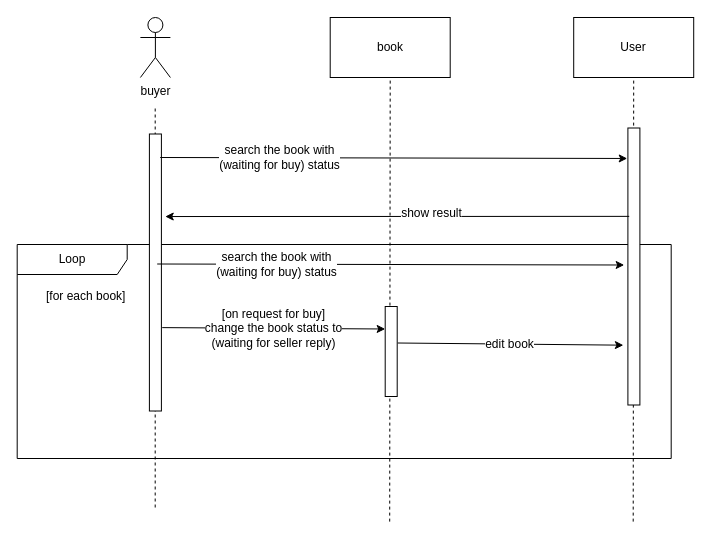
This is Sequence Diagram/sequence-diagram-book-management.drawio from m-bassiri/HamyarApp, a draw.io file, before an edit. Source tidied: cells renumbered, new cells numbered last; positions are measured from the earlier drawing's top-left corner, leaving out a move shared by most shapes. Both pictures are drawn from the tidied source at 100%, with x=0, y=0 at pixel (16, 17).
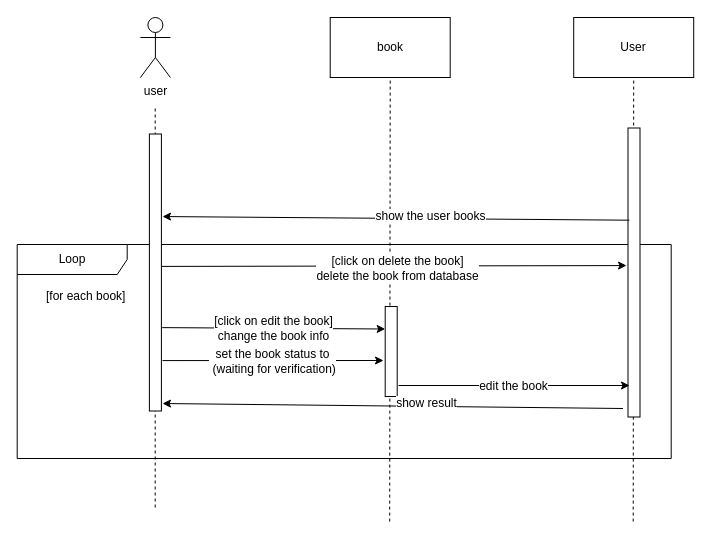
After the change.

The change refers to these unchanged cells:
```xml
<mxCell id="7" style="rounded=0;whiteSpace=wrap;html=1;rotation=-90;" parent="1" vertex="1">
  <mxGeometry x="0.4" y="249" width="277" height="12" as="geometry" />
</mxCell>
<mxCell id="19" style="endArrow=classic;html=1;entryX=0.75;entryY=0;entryDx=0;entryDy=0;exitX=0.301;exitY=1.069;exitDx=0;exitDy=0;exitPerimeter=0;" parent="1" edge="1" source="7" target="8">
  <mxGeometry relative="1" as="geometry" />
</mxCell>
```

Diff of the diagram source:
```diff
@@
-    <mxCell id="3" value="buyer" style="shape=umlActor;verticalLabelPosition=bottom;labelBackgroundColor=#ffffff;verticalAlign=top;html=1;" parent="1" vertex="1">
+    <mxCell id="3" value="user" style="shape=umlActor;verticalLabelPosition=bottom;labelBackgroundColor=#ffffff;verticalAlign=top;html=1;" parent="1" vertex="1">
       <mxGeometry x="123.9" width="30" height="60" as="geometry" />
     </mxCell>
@@
     <mxCell id="11" style="rounded=0;whiteSpace=wrap;html=1;rotation=-90;" parent="1" vertex="1">
-      <mxGeometry x="478.9" y="243" width="277" height="12" as="geometry" />
+      <mxGeometry x="473" y="249" width="289" height="12" as="geometry" />
     </mxCell>
-    <mxCell id="12" style="endArrow=classic;html=1;exitX=0.909;exitY=1.081;exitDx=0;exitDy=0;exitPerimeter=0;entryX=0.89;entryY=-0.056;entryDx=0;entryDy=0;entryPerimeter=0;" parent="1" edge="1" target="11">
-      <mxGeometry relative="1" as="geometry">
-        <mxPoint x="143.7" y="140" as="sourcePoint" />
-      </mxGeometry>
-    </mxCell>
-    <mxCell id="13" value="search the book with &lt;br&gt;(waiting for buy)&amp;nbsp;status" style="text;html=1;align=center;verticalAlign=middle;labelBackgroundColor=#ffffff;" parent="12" vertex="1">
-      <mxGeometry x="-0.12" y="5" relative="1" as="geometry">
-        <mxPoint x="-86" y="4.5" as="offset" />
-      </mxGeometry>
-    </mxCell>
-    <mxCell id="14" style="endArrow=classic;html=1;entryX=0.702;entryY=1.319;entryDx=0;entryDy=0;entryPerimeter=0;exitX=0.681;exitY=0.111;exitDx=0;exitDy=0;exitPerimeter=0;" parent="1" edge="1" source="11" target="7">
+    <mxCell id="14" style="endArrow=classic;html=1;entryX=0.702;entryY=1.093;entryDx=0;entryDy=0;entryPerimeter=0;exitX=0.681;exitY=0.111;exitDx=0;exitDy=0;exitPerimeter=0;" parent="1" edge="1" source="11" target="7">
       <mxGeometry relative="1" as="geometry" />
     </mxCell>
-    <mxCell id="15" value="show result" style="text;html=1;align=center;verticalAlign=middle;labelBackgroundColor=#ffffff;" parent="14" vertex="1">
+    <mxCell id="15" value="show the user books" style="text;html=1;align=center;verticalAlign=middle;labelBackgroundColor=#ffffff;" parent="14" vertex="1">
       <mxGeometry x="-0.12" y="5" relative="1" as="geometry">
         <mxPoint x="6" y="-8" as="offset" />
       </mxGeometry>
     </mxCell>
-    <mxCell id="16" style="endArrow=classic;html=1;exitX=0.909;exitY=1.081;exitDx=0;exitDy=0;exitPerimeter=0;entryX=0.89;entryY=-0.056;entryDx=0;entryDy=0;entryPerimeter=0;" parent="1" edge="1">
-      <mxGeometry relative="1" as="geometry">
-        <mxPoint x="140.7" y="246.5" as="sourcePoint" />
-        <mxPoint x="607.7" y="247.5" as="targetPoint" />
-      </mxGeometry>
+    <mxCell id="16" style="endArrow=classic;html=1;entryX=0.524;entryY=-0.125;entryDx=0;entryDy=0;entryPerimeter=0;exitX=0.522;exitY=1.01;exitDx=0;exitDy=0;exitPerimeter=0;" parent="1" edge="1" source="7" target="11">
+      <mxGeometry relative="1" as="geometry" />
     </mxCell>
-    <mxCell id="17" value="search the book with &lt;br&gt;(waiting for buy)&amp;nbsp;status" style="text;html=1;align=center;verticalAlign=middle;labelBackgroundColor=#ffffff;" parent="16" vertex="1">
+    <mxCell id="17" value="[click on delete the book]&lt;br&gt;delete the book from database&lt;br&gt;" style="text;html=1;align=center;verticalAlign=middle;labelBackgroundColor=#ffffff;" parent="16" vertex="1">
       <mxGeometry x="-0.12" y="5" relative="1" as="geometry">
-        <mxPoint x="-86" y="4.5" as="offset" />
+        <mxPoint x="30.5" y="7" as="offset" />
       </mxGeometry>
     </mxCell>
@@
-    <mxCell id="20" value="[on request for buy]&lt;br&gt;change the book status to&lt;br&gt;(waiting for seller reply)&lt;br&gt;" style="text;html=1;align=center;verticalAlign=middle;labelBackgroundColor=#ffffff;" parent="19" vertex="1">
+    <mxCell id="20" value="[click on edit the book]&lt;br&gt;change the book info&lt;br&gt;" style="text;html=1;align=center;verticalAlign=middle;labelBackgroundColor=#ffffff;" parent="19" vertex="1">
       <mxGeometry x="-0.12" y="5" relative="1" as="geometry">
         <mxPoint x="12.5" y="5" as="offset" />
       </mxGeometry>
     </mxCell>
-    <mxCell id="21" style="endArrow=classic;html=1;entryX=0.216;entryY=-0.377;entryDx=0;entryDy=0;entryPerimeter=0;" parent="1" edge="1" target="11">
+    <mxCell id="21" style="endArrow=classic;html=1;exitX=0.182;exitY=1.093;exitDx=0;exitDy=0;exitPerimeter=0;" parent="1" edge="1" source="7">
       <mxGeometry relative="1" as="geometry">
-        <mxPoint x="381.2" y="325.5" as="sourcePoint" />
+        <mxPoint x="367" y="343" as="targetPoint" />
       </mxGeometry>
     </mxCell>
-    <mxCell id="22" value="edit book&lt;br&gt;" style="text;html=1;align=center;verticalAlign=middle;labelBackgroundColor=#ffffff;" parent="21" vertex="1">
+    <mxCell id="22" value="set the book status to&lt;br&gt;&amp;nbsp;(waiting for verification)&lt;br&gt;" style="text;html=1;align=center;verticalAlign=middle;labelBackgroundColor=#ffffff;" parent="21" vertex="1">
       <mxGeometry x="-0.12" y="5" relative="1" as="geometry">
         <mxPoint x="12.5" y="5" as="offset" />
       </mxGeometry>
     </mxCell>
+    <mxCell id="23" style="endArrow=classic;html=1;entryX=0.109;entryY=-0.292;entryDx=0;entryDy=0;entryPerimeter=0;exitX=0.122;exitY=0.69;exitDx=0;exitDy=0;exitPerimeter=0;" parent="1" edge="1">
+      <mxGeometry relative="1" as="geometry">
+        <mxPoint x="382" y="368" as="sourcePoint" />
+        <mxPoint x="613" y="368" as="targetPoint" />
+      </mxGeometry>
+    </mxCell>
+    <mxCell id="24" value="edit the book" style="text;html=1;align=center;verticalAlign=middle;labelBackgroundColor=#ffffff;" parent="23" vertex="1">
+      <mxGeometry x="-0.12" y="5" relative="1" as="geometry">
+        <mxPoint x="12.5" y="5" as="offset" />
+      </mxGeometry>
+    </mxCell>
+    <mxCell id="25" style="endArrow=classic;html=1;entryX=0.027;entryY=1.093;entryDx=0;entryDy=0;entryPerimeter=0;exitX=0.681;exitY=0.111;exitDx=0;exitDy=0;exitPerimeter=0;" parent="1" edge="1" target="7">
+      <mxGeometry relative="1" as="geometry">
+        <mxPoint x="606.5" y="391" as="sourcePoint" />
+      </mxGeometry>
+    </mxCell>
+    <mxCell id="26" value="show result" style="text;html=1;align=center;verticalAlign=middle;labelBackgroundColor=#ffffff;" parent="25" vertex="1">
+      <mxGeometry x="-0.12" y="5" relative="1" as="geometry">
+        <mxPoint x="6" y="-8" as="offset" />
+      </mxGeometry>
+    </mxCell>
```
